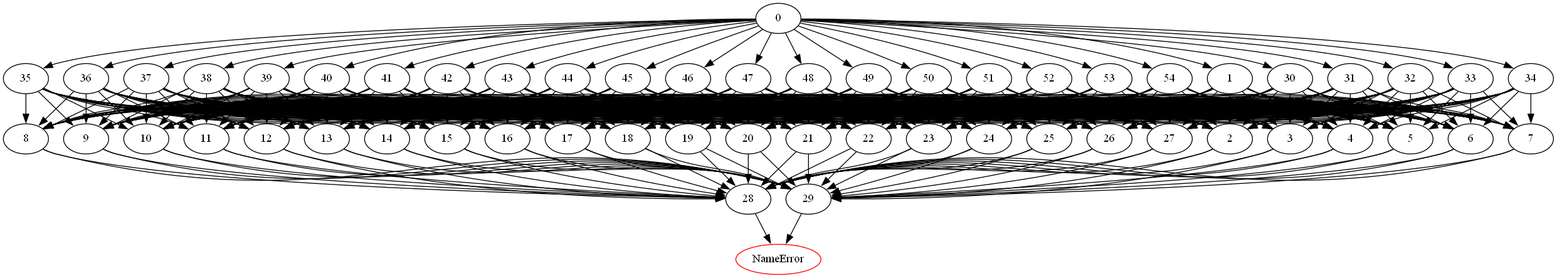
Before: DomainPicture/uuijerevafck.www.realtek.comdirected_graph.png, a diagram exported from Graphviz (Asikl/MazeMapper). Its source is kept beside it as DomainPicture/uuijerevafck.www.realtek.comdirected_graph.dot. The source it was exported from:
```dot
digraph G {
	0 -> 1;
	0 -> 30;
	0 -> 31;
	0 -> 32;
	0 -> 33;
	0 -> 34;
	0 -> 35;
	0 -> 36;
	0 -> 37;
	0 -> 38;
	0 -> 39;
	0 -> 40;
	0 -> 41;
	0 -> 42;
	0 -> 43;
	0 -> 44;
	0 -> 45;
	0 -> 46;
	0 -> 47;
	0 -> 48;
	0 -> 49;
	0 -> 50;
	0 -> 51;
	0 -> 52;
	0 -> 53;
	0 -> 54;
	1 -> 2;
	1 -> 3;
	1 -> 4;
	1 -> 5;
	1 -> 6;
	1 -> 7;
	1 -> 8;
	1 -> 9;
	1 -> 10;
	1 -> 11;
	1 -> 12;
	1 -> 13;
	1 -> 14;
	1 -> 15;
	1 -> 16;
	1 -> 17;
	1 -> 18;
	1 -> 19;
	1 -> 20;
	1 -> 21;
	1 -> 22;
	1 -> 23;
	1 -> 24;
	1 -> 25;
	1 -> 26;
	1 -> 27;
	2 -> 28;
	2 -> 29;
	3 -> 28;
	3 -> 29;
	4 -> 28;
	4 -> 29;
	5 -> 28;
	5 -> 29;
	6 -> 28;
	6 -> 29;
	7 -> 28;
	7 -> 29;
	8 -> 28;
	8 -> 29;
	9 -> 28;
	9 -> 29;
	10 -> 28;
	10 -> 29;
	11 -> 28;
	11 -> 29;
	12 -> 28;
	12 -> 29;
	13 -> 28;
	13 -> 29;
	14 -> 28;
	14 -> 29;
	15 -> 28;
	15 -> 29;
	16 -> 28;
	16 -> 29;
	17 -> 28;
	17 -> 29;
	18 -> 28;
	18 -> 29;
	19 -> 28;
	19 -> 29;
	20 -> 28;
	20 -> 29;
	21 -> 28;
	21 -> 29;
	22 -> 28;
	22 -> 29;
	23 -> 28;
	23 -> 29;
	24 -> 28;
	24 -> 29;
	25 -> 28;
	25 -> 29;
	26 -> 28;
	26 -> 29;
	27 -> 28;
	27 -> 29;
	28 -> "NameError";
NameError [color=red];
	29 -> "NameError";
NameError [color=red];
	30 -> 2;
	30 -> 3;
	30 -> 4;
	30 -> 5;
	30 -> 6;
	30 -> 7;
	30 -> 8;
	30 -> 9;
	30 -> 10;
	30 -> 11;
	30 -> 12;
	30 -> 13;
	30 -> 14;
	30 -> 15;
	30 -> 16;
	30 -> 17;
	30 -> 18;
	30 -> 19;
	30 -> 20;
	30 -> 21;
	30 -> 22;
	30 -> 23;
	30 -> 24;
	30 -> 25;
	30 -> 26;
	30 -> 27;
	31 -> 2;
	31 -> 3;
	31 -> 4;
	31 -> 5;
	31 -> 6;
	31 -> 7;
	31 -> 8;
	31 -> 9;
	31 -> 10;
	31 -> 11;
	31 -> 12;
	31 -> 13;
	31 -> 14;
	31 -> 15;
	31 -> 16;
	31 -> 17;
	31 -> 18;
	31 -> 19;
	31 -> 20;
	31 -> 21;
	31 -> 22;
	31 -> 23;
	31 -> 24;
	31 -> 25;
	31 -> 26;
	31 -> 27;
	32 -> 2;
	32 -> 3;
	32 -> 4;
	32 -> 5;
	32 -> 6;
	32 -> 7;
	32 -> 8;
	32 -> 9;
	32 -> 10;
	32 -> 11;
	32 -> 12;
	32 -> 13;
	32 -> 14;
	32 -> 15;
	32 -> 16;
	32 -> 17;
	32 -> 18;
	32 -> 19;
	32 -> 20;
	32 -> 21;
	32 -> 22;
	32 -> 23;
	32 -> 24;
	32 -> 25;
	32 -> 26;
	32 -> 27;
	33 -> 2;
	33 -> 3;
	33 -> 4;
	33 -> 5;
	33 -> 6;
	33 -> 7;
	33 -> 8;
	33 -> 9;
	33 -> 10;
	33 -> 11;
	33 -> 12;
	33 -> 13;
	33 -> 14;
	33 -> 15;
	33 -> 16;
	33 -> 17;
	33 -> 18;
	33 -> 19;
	33 -> 20;
	33 -> 21;
	33 -> 22;
	33 -> 23;
	33 -> 24;
	33 -> 25;
	33 -> 26;
	33 -> 27;
	34 -> 2;
	34 -> 3;
	34 -> 4;
	34 -> 5;
	34 -> 6;
	34 -> 7;
	34 -> 8;
	34 -> 9;
	34 -> 10;
	34 -> 11;
	34 -> 12;
	34 -> 13;
	34 -> 14;
	34 -> 15;
	34 -> 16;
	34 -> 17;
	34 -> 18;
	34 -> 19;
	34 -> 20;
	34 -> 21;
	34 -> 22;
	34 -> 23;
	34 -> 24;
	34 -> 25;
	34 -> 26;
	34 -> 27;
	35 -> 2;
	35 -> 3;
	35 -> 4;
	35 -> 5;
	35 -> 6;
	35 -> 7;
	35 -> 8;
	35 -> 9;
	35 -> 10;
	35 -> 11;
	35 -> 12;
	35 -> 13;
	35 -> 14;
	35 -> 15;
	35 -> 16;
	35 -> 17;
	35 -> 18;
	35 -> 19;
	35 -> 20;
	35 -> 21;
	35 -> 22;
	35 -> 23;
	35 -> 24;
	35 -> 25;
	35 -> 26;
	35 -> 27;
	36 -> 2;
	36 -> 3;
	36 -> 4;
	36 -> 5;
	36 -> 6;
	36 -> 7;
	36 -> 8;
	36 -> 9;
	36 -> 10;
	36 -> 11;
	36 -> 12;
	36 -> 13;
	36 -> 14;
	36 -> 15;
	36 -> 16;
	36 -> 17;
	36 -> 18;
	36 -> 19;
	36 -> 20;
	36 -> 21;
	36 -> 22;
	36 -> 23;
	36 -> 24;
	36 -> 25;
	36 -> 26;
	36 -> 27;
	37 -> 2;
	37 -> 3;
	37 -> 4;
	37 -> 5;
	37 -> 6;
	37 -> 7;
	37 -> 8;
	37 -> 9;
	37 -> 10;
	37 -> 11;
	37 -> 12;
	37 -> 13;
	37 -> 14;
	37 -> 15;
	37 -> 16;
	37 -> 17;
	37 -> 18;
	37 -> 19;
	37 -> 20;
	37 -> 21;
	37 -> 22;
	37 -> 23;
	37 -> 24;
	37 -> 25;
	37 -> 26;
	37 -> 27;
	38 -> 2;
	38 -> 3;
	38 -> 4;
	38 -> 5;
	38 -> 6;
	38 -> 7;
	38 -> 8;
	38 -> 9;
	38 -> 10;
	38 -> 11;
	38 -> 12;
	38 -> 13;
	38 -> 14;
	38 -> 15;
	38 -> 16;
	38 -> 17;
	38 -> 18;
	38 -> 19;
	38 -> 20;
	38 -> 21;
	38 -> 22;
	38 -> 23;
	38 -> 24;
	38 -> 25;
	38 -> 26;
	38 -> 27;
	39 -> 2;
	39 -> 3;
	39 -> 4;
	39 -> 5;
	39 -> 6;
	39 -> 7;
	39 -> 8;
	39 -> 9;
	39 -> 10;
	39 -> 11;
	39 -> 12;
	39 -> 13;
	39 -> 14;
	39 -> 15;
	39 -> 16;
	39 -> 17;
	39 -> 18;
	39 -> 19;
	39 -> 20;
	39 -> 21;
	39 -> 22;
	39 -> 23;
	39 -> 24;
	39 -> 25;
	39 -> 26;
	39 -> 27;
	40 -> 2;
	40 -> 3;
	40 -> 4;
	40 -> 5;
	40 -> 6;
	40 -> 7;
	40 -> 8;
	40 -> 9;
	40 -> 10;
	40 -> 11;
	40 -> 12;
	40 -> 13;
	40 -> 14;
	40 -> 15;
	40 -> 16;
	40 -> 17;
	40 -> 18;
	40 -> 19;
	40 -> 20;
	40 -> 21;
	40 -> 22;
	40 -> 23;
	40 -> 24;
	40 -> 25;
	40 -> 26;
	40 -> 27;
	41 -> 2;
	41 -> 3;
	41 -> 4;
	41 -> 5;
	41 -> 6;
	41 -> 7;
	41 -> 8;
	41 -> 9;
	41 -> 10;
	41 -> 11;
	41 -> 12;
	41 -> 13;
	41 -> 14;
	41 -> 15;
	41 -> 16;
	41 -> 17;
	41 -> 18;
	41 -> 19;
	41 -> 20;
	41 -> 21;
	41 -> 22;
	41 -> 23;
	41 -> 24;
	41 -> 25;
	41 -> 26;
	41 -> 27;
	42 -> 2;
	42 -> 3;
	42 -> 4;
	42 -> 5;
	42 -> 6;
	42 -> 7;
	42 -> 8;
	42 -> 9;
	42 -> 10;
	42 -> 11;
	42 -> 12;
	42 -> 13;
	42 -> 14;
	42 -> 15;
	42 -> 16;
	42 -> 17;
	42 -> 18;
	42 -> 19;
	42 -> 20;
	42 -> 21;
	42 -> 22;
	42 -> 23;
	42 -> 24;
	42 -> 25;
	42 -> 26;
	42 -> 27;
	43 -> 2;
	43 -> 3;
	43 -> 4;
	43 -> 5;
	43 -> 6;
	43 -> 7;
	43 -> 8;
	43 -> 9;
	43 -> 10;
	43 -> 11;
	43 -> 12;
	43 -> 13;
	43 -> 14;
	43 -> 15;
	43 -> 16;
	43 -> 17;
	43 -> 18;
	43 -> 19;
	43 -> 20;
	43 -> 21;
	43 -> 22;
	43 -> 23;
	43 -> 24;
	43 -> 25;
	43 -> 26;
	43 -> 27;
	44 -> 2;
	44 -> 3;
	44 -> 4;
	44 -> 5;
	44 -> 6;
	44 -> 7;
	44 -> 8;
	44 -> 9;
	44 -> 10;
	44 -> 11;
	44 -> 12;
	44 -> 13;
	44 -> 14;
	44 -> 15;
	44 -> 16;
	44 -> 17;
	44 -> 18;
	44 -> 19;
	44 -> 20;
	44 -> 21;
	44 -> 22;
	44 -> 23;
	44 -> 24;
	44 -> 25;
	44 -> 26;
	44 -> 27;
	45 -> 2;
	45 -> 3;
	45 -> 4;
	45 -> 5;
	45 -> 6;
	45 -> 7;
	45 -> 8;
	45 -> 9;
	45 -> 10;
	45 -> 11;
	45 -> 12;
	45 -> 13;
	45 -> 14;
	45 -> 15;
	45 -> 16;
	45 -> 17;
	45 -> 18;
	45 -> 19;
	45 -> 20;
	45 -> 21;
	45 -> 22;
	45 -> 23;
	45 -> 24;
	45 -> 25;
	45 -> 26;
	45 -> 27;
	46 -> 2;
	46 -> 3;
	46 -> 4;
	46 -> 5;
	46 -> 6;
	46 -> 7;
	46 -> 8;
	46 -> 9;
	46 -> 10;
	46 -> 11;
	46 -> 12;
	46 -> 13;
	46 -> 14;
	46 -> 15;
	46 -> 16;
	46 -> 17;
	46 -> 18;
	46 -> 19;
	46 -> 20;
	46 -> 21;
	46 -> 22;
	46 -> 23;
	46 -> 24;
	46 -> 25;
	46 -> 26;
	46 -> 27;
	47 -> 2;
	47 -> 3;
	47 -> 4;
	47 -> 5;
	47 -> 6;
	47 -> 7;
	47 -> 8;
	47 -> 9;
	47 -> 10;
	47 -> 11;
	47 -> 12;
	47 -> 13;
	47 -> 14;
	47 -> 15;
	47 -> 16;
	47 -> 17;
	47 -> 18;
	47 -> 19;
	47 -> 20;
	47 -> 21;
	47 -> 22;
	47 -> 23;
	47 -> 24;
	47 -> 25;
	47 -> 26;
	47 -> 27;
	48 -> 2;
	48 -> 3;
	48 -> 4;
	48 -> 5;
	48 -> 6;
	48 -> 7;
	48 -> 8;
	48 -> 9;
	48 -> 10;
	48 -> 11;
	48 -> 12;
	48 -> 13;
	48 -> 14;
	48 -> 15;
	48 -> 16;
	48 -> 17;
	48 -> 18;
	48 -> 19;
	48 -> 20;
	48 -> 21;
	48 -> 22;
	48 -> 23;
	48 -> 24;
	48 -> 25;
	48 -> 26;
	48 -> 27;
	49 -> 2;
	49 -> 3;
	49 -> 4;
	49 -> 5;
	49 -> 6;
	49 -> 7;
	49 -> 8;
	49 -> 9;
	49 -> 10;
	49 -> 11;
	49 -> 12;
	49 -> 13;
	49 -> 14;
	49 -> 15;
	49 -> 16;
	49 -> 17;
	49 -> 18;
	49 -> 19;
	49 -> 20;
	49 -> 21;
	49 -> 22;
	49 -> 23;
	49 -> 24;
	49 -> 25;
	49 -> 26;
	49 -> 27;
	50 -> 2;
	50 -> 3;
	50 -> 4;
	50 -> 5;
	50 -> 6;
	50 -> 7;
	50 -> 8;
	50 -> 9;
	50 -> 10;
	50 -> 11;
	50 -> 12;
	50 -> 13;
	50 -> 14;
	50 -> 15;
	50 -> 16;
	50 -> 17;
	50 -> 18;
	50 -> 19;
	50 -> 20;
	50 -> 21;
	50 -> 22;
	50 -> 23;
	50 -> 24;
	50 -> 25;
	50 -> 26;
	50 -> 27;
	51 -> 2;
	51 -> 3;
	51 -> 4;
	51 -> 5;
	51 -> 6;
	51 -> 7;
	51 -> 8;
	51 -> 9;
	51 -> 10;
	51 -> 11;
	51 -> 12;
	51 -> 13;
	51 -> 14;
	51 -> 15;
	51 -> 16;
	51 -> 17;
	51 -> 18;
	51 -> 19;
	51 -> 20;
	51 -> 21;
	51 -> 22;
	51 -> 23;
	51 -> 24;
	51 -> 25;
	51 -> 26;
	51 -> 27;
	52 -> 2;
	52 -> 3;
	52 -> 4;
	52 -> 5;
	52 -> 6;
	52 -> 7;
	52 -> 8;
	52 -> 9;
	52 -> 10;
	52 -> 11;
	52 -> 12;
	52 -> 13;
	52 -> 14;
	52 -> 15;
	52 -> 16;
	52 -> 17;
	52 -> 18;
	52 -> 19;
	52 -> 20;
	52 -> 21;
	52 -> 22;
	52 -> 23;
	52 -> 24;
	52 -> 25;
	52 -> 26;
	52 -> 27;
	53 -> 2;
	53 -> 3;
	53 -> 4;
	53 -> 5;
	53 -> 6;
	53 -> 7;
	53 -> 8;
	53 -> 9;
	53 -> 10;
	53 -> 11;
	53 -> 12;
	53 -> 13;
	53 -> 14;
	53 -> 15;
	53 -> 16;
	53 -> 17;
	53 -> 18;
	53 -> 19;
	53 -> 20;
	53 -> 21;
	53 -> 22;
	53 -> 23;
	53 -> 24;
	53 -> 25;
	53 -> 26;
	53 -> 27;
	54 -> 2;
	54 -> 3;
	54 -> 4;
	54 -> 5;
	54 -> 6;
	54 -> 7;
	54 -> 8;
	54 -> 9;
	54 -> 10;
	54 -> 11;
	54 -> 12;
	54 -> 13;
	54 -> 14;
	54 -> 15;
	54 -> 16;
	54 -> 17;
	54 -> 18;
	54 -> 19;
	54 -> 20;
	54 -> 21;
	54 -> 22;
	54 -> 23;
	54 -> 24;
	54 -> 25;
	54 -> 26;
	54 -> 27;
}
```
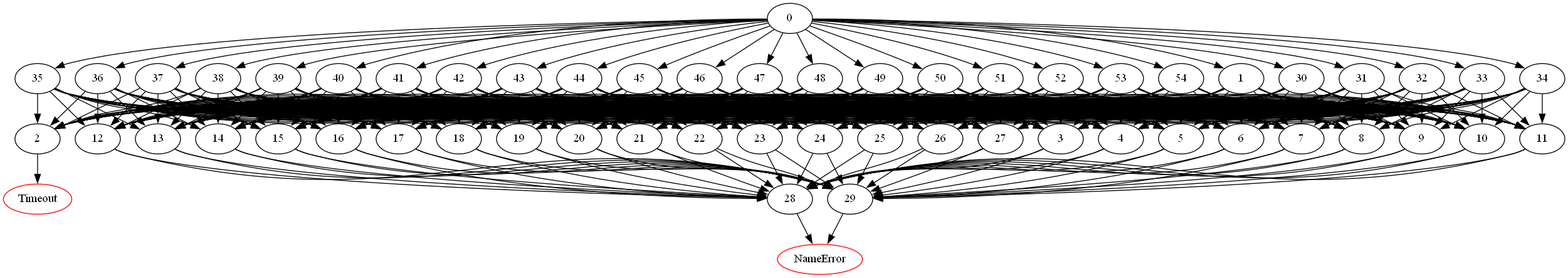
The same diagram one commit later.

Diff of the diagram source:
```diff
@@ -51,8 +51,8 @@
 	1 -> 25;
 	1 -> 26;
 	1 -> 27;
-	2 -> 28;
-	2 -> 29;
+	2 -> "Timeout";
+Timeout [color=red];
 	3 -> 28;
 	3 -> 29;
 	4 -> 28;
```
